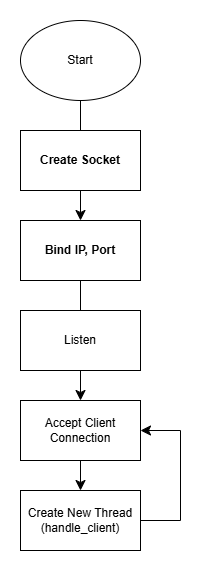
The draw.io diagram docs/FLOWCHART SERVER – LUỒNG CHÍNH.drawio.png in JinJin1503/Download_Multi_File-, before a commit. Source tidied: cells renumbered, new cells last; positions are measured from the earlier drawing's top-left corner, leaving out a move shared by most shapes. Source of this version:
```xml
<mxGraphModel>
  <root>
    <mxCell id="0" />
    <mxCell id="1" parent="0" />
    <mxCell id="2" style="edgeStyle=none;curved=1;rounded=0;jettySize=auto;html=1;fontSize=12;startSize=8;endSize=8;" parent="1" edge="1" source="3" target="6">
      <mxGeometry relative="1" as="geometry" />
    </mxCell>
    <mxCell id="3" value="Start" style="ellipse;whiteSpace=wrap;html=1;" parent="1" vertex="1">
      <mxGeometry width="120" height="80" as="geometry" />
    </mxCell>
    <mxCell id="4" value="&lt;strong&gt;Create Socket&lt;/strong&gt;" style="rounded=0;whiteSpace=wrap;html=1;" parent="1" vertex="1">
      <mxGeometry y="110" width="120" height="60" as="geometry" />
    </mxCell>
    <mxCell id="5" style="edgeStyle=none;curved=1;rounded=0;jettySize=auto;html=1;fontSize=12;startSize=8;endSize=8;" parent="1" edge="1" source="6">
      <mxGeometry relative="1" as="geometry">
        <mxPoint x="60" y="380" as="targetPoint" />
      </mxGeometry>
    </mxCell>
    <mxCell id="6" value="&lt;strong&gt;Bind IP, Port&lt;/strong&gt;" style="rounded=0;whiteSpace=wrap;html=1;" parent="1" vertex="1">
      <mxGeometry y="200" width="120" height="60" as="geometry" />
    </mxCell>
    <mxCell id="7" value="Listen" style="rounded=0;whiteSpace=wrap;html=1;" parent="1" vertex="1">
      <mxGeometry y="290" width="120" height="60" as="geometry" />
    </mxCell>
    <mxCell id="8" style="edgeStyle=none;curved=1;rounded=0;jettySize=auto;html=1;fontSize=12;startSize=8;endSize=8;" parent="1" edge="1" source="9" target="11">
      <mxGeometry relative="1" as="geometry" />
    </mxCell>
    <mxCell id="9" value="Accept Client Connection" style="rounded=0;whiteSpace=wrap;html=1;" parent="1" vertex="1">
      <mxGeometry y="380" width="120" height="60" as="geometry" />
    </mxCell>
    <mxCell id="10" style="edgeStyle=orthogonalEdgeStyle;rounded=0;jettySize=auto;html=1;fontSize=12;startSize=8;endSize=8;" parent="1" edge="1" source="11" target="9">
      <mxGeometry relative="1" as="geometry">
        <Array as="points">
          <mxPoint x="160" y="500" />
          <mxPoint x="160" y="410" />
        </Array>
      </mxGeometry>
    </mxCell>
    <mxCell id="11" value="Create New Thread (handle_client)" style="rounded=0;whiteSpace=wrap;html=1;" parent="1" vertex="1">
      <mxGeometry y="470" width="120" height="60" as="geometry" />
    </mxCell>
  </root>
</mxGraphModel>
```
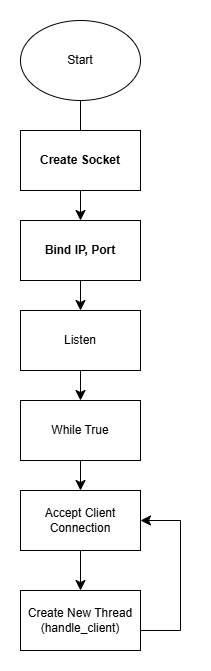
After the change.

Commit message:
Plant UML

Diff of the diagram source:
```diff
@@ -11,14 +11,15 @@
     <mxCell id="4" value="&lt;strong&gt;Create Socket&lt;/strong&gt;" style="rounded=0;whiteSpace=wrap;html=1;" parent="1" vertex="1">
       <mxGeometry y="110" width="120" height="60" as="geometry" />
     </mxCell>
-    <mxCell id="5" style="edgeStyle=none;curved=1;rounded=0;jettySize=auto;html=1;fontSize=12;startSize=8;endSize=8;" parent="1" edge="1" source="6">
-      <mxGeometry relative="1" as="geometry">
-        <mxPoint x="60" y="380" as="targetPoint" />
-      </mxGeometry>
-    </mxCell>
+    <mxCell id="12" style="edgeStyle=none;curved=1;rounded=0;jettySize=auto;html=1;entryX=0.5;entryY=0;entryDx=0;entryDy=0;fontSize=12;startSize=8;endSize=8;" parent="1" edge="1" source="6" target="7">
+      <mxGeometry relative="1" as="geometry" />
+    </mxCell>
     <mxCell id="6" value="&lt;strong&gt;Bind IP, Port&lt;/strong&gt;" style="rounded=0;whiteSpace=wrap;html=1;" parent="1" vertex="1">
       <mxGeometry y="200" width="120" height="60" as="geometry" />
     </mxCell>
+    <mxCell id="13" style="edgeStyle=none;curved=1;rounded=0;jettySize=auto;html=1;fontSize=12;startSize=8;endSize=8;" parent="1" edge="1" source="7" target="15">
+      <mxGeometry relative="1" as="geometry" />
+    </mxCell>
     <mxCell id="7" value="Listen" style="rounded=0;whiteSpace=wrap;html=1;" parent="1" vertex="1">
       <mxGeometry y="290" width="120" height="60" as="geometry" />
     </mxCell>
@@ -26,18 +27,24 @@
       <mxGeometry relative="1" as="geometry" />
     </mxCell>
     <mxCell id="9" value="Accept Client Connection" style="rounded=0;whiteSpace=wrap;html=1;" parent="1" vertex="1">
-      <mxGeometry y="380" width="120" height="60" as="geometry" />
+      <mxGeometry y="470" width="120" height="60" as="geometry" />
     </mxCell>
     <mxCell id="10" style="edgeStyle=orthogonalEdgeStyle;rounded=0;jettySize=auto;html=1;fontSize=12;startSize=8;endSize=8;" parent="1" edge="1" source="11" target="9">
       <mxGeometry relative="1" as="geometry">
         <Array as="points">
+          <mxPoint x="160" y="610" />
           <mxPoint x="160" y="500" />
-          <mxPoint x="160" y="410" />
         </Array>
       </mxGeometry>
     </mxCell>
     <mxCell id="11" value="Create New Thread (handle_client)" style="rounded=0;whiteSpace=wrap;html=1;" parent="1" vertex="1">
-      <mxGeometry y="470" width="120" height="60" as="geometry" />
+      <mxGeometry y="570" width="120" height="60" as="geometry" />
     </mxCell>
+    <mxCell id="14" style="edgeStyle=none;curved=1;rounded=0;jettySize=auto;html=1;entryX=0.5;entryY=0;entryDx=0;entryDy=0;fontSize=12;startSize=8;endSize=8;" parent="1" edge="1" source="15" target="9">
+      <mxGeometry relative="1" as="geometry" />
+    </mxCell>
+    <mxCell id="15" value="While True" style="rounded=0;whiteSpace=wrap;html=1;" parent="1" vertex="1">
+      <mxGeometry y="380" width="120" height="60" as="geometry" />
+    </mxCell>
   </root>
 </mxGraphModel>
```
